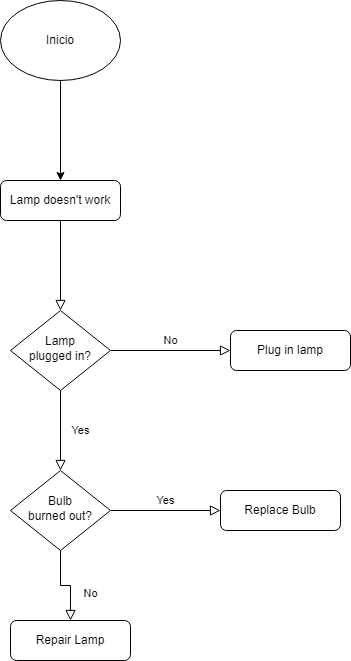
The draw.io diagram Untitled Diagram.drawio.png in EvertonMDS/Fluxograma, before a commit. Source tidied: cells renumbered, new cells last; positions are measured from the earlier drawing's top-left corner, leaving out a move shared by most shapes.
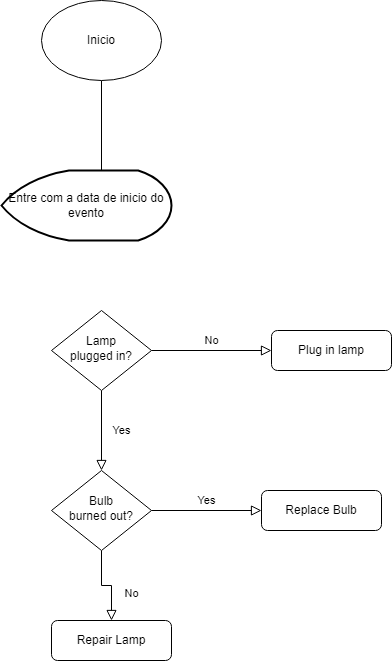
The same diagram one commit later.

The edit, as a diff of the source:
```diff
@@ -2,12 +2,6 @@
   <root>
     <mxCell id="0" />
     <mxCell id="1" parent="0" />
-    <mxCell id="2" style="rounded=0;html=1;jettySize=auto;fontSize=11;endArrow=block;endFill=0;endSize=8;strokeWidth=1;shadow=0;labelBackgroundColor=none;edgeStyle=orthogonalEdgeStyle;" parent="1" edge="1" source="3" target="6">
-      <mxGeometry relative="1" as="geometry" />
-    </mxCell>
-    <mxCell id="3" value="Lamp doesn't work" style="rounded=1;whiteSpace=wrap;html=1;fontSize=12;glass=0;strokeWidth=1;shadow=0;" parent="1" vertex="1">
-      <mxGeometry y="180" width="120" height="40" as="geometry" />
-    </mxCell>
     <mxCell id="4" value="Yes" style="rounded=0;html=1;jettySize=auto;fontSize=11;endArrow=block;endFill=0;endSize=8;strokeWidth=1;shadow=0;labelBackgroundColor=none;edgeStyle=orthogonalEdgeStyle;" parent="1" edge="1" source="6" target="10">
       <mxGeometry y="20" relative="1" as="geometry" />
     </mxCell>
@@ -35,11 +29,16 @@
     <mxCell id="12" value="Replace Bulb" style="rounded=1;whiteSpace=wrap;html=1;fontSize=12;glass=0;strokeWidth=1;shadow=0;" parent="1" vertex="1">
       <mxGeometry x="220" y="490" width="120" height="40" as="geometry" />
     </mxCell>
-    <mxCell id="13" style="edgeStyle=orthogonalEdgeStyle;rounded=0;jettySize=auto;html=1;" parent="1" edge="1" source="14" target="3">
-      <mxGeometry relative="1" as="geometry" />
+    <mxCell id="13" style="edgeStyle=orthogonalEdgeStyle;rounded=0;jettySize=auto;html=1;" parent="1" edge="1" source="14">
+      <mxGeometry relative="1" as="geometry">
+        <mxPoint x="60" y="180" as="targetPoint" />
+      </mxGeometry>
     </mxCell>
     <mxCell id="14" value="Inicio" style="ellipse;whiteSpace=wrap;html=1;" parent="1" vertex="1">
       <mxGeometry width="120" height="80" as="geometry" />
     </mxCell>
+    <mxCell id="15" value="Entre com a data de inicio do evento" style="strokeWidth=2;html=1;shape=mxgraph.flowchart.display;whiteSpace=wrap;" parent="1" vertex="1">
+      <mxGeometry x="-40" y="170" width="170" height="70" as="geometry" />
+    </mxCell>
   </root>
 </mxGraphModel>
```
